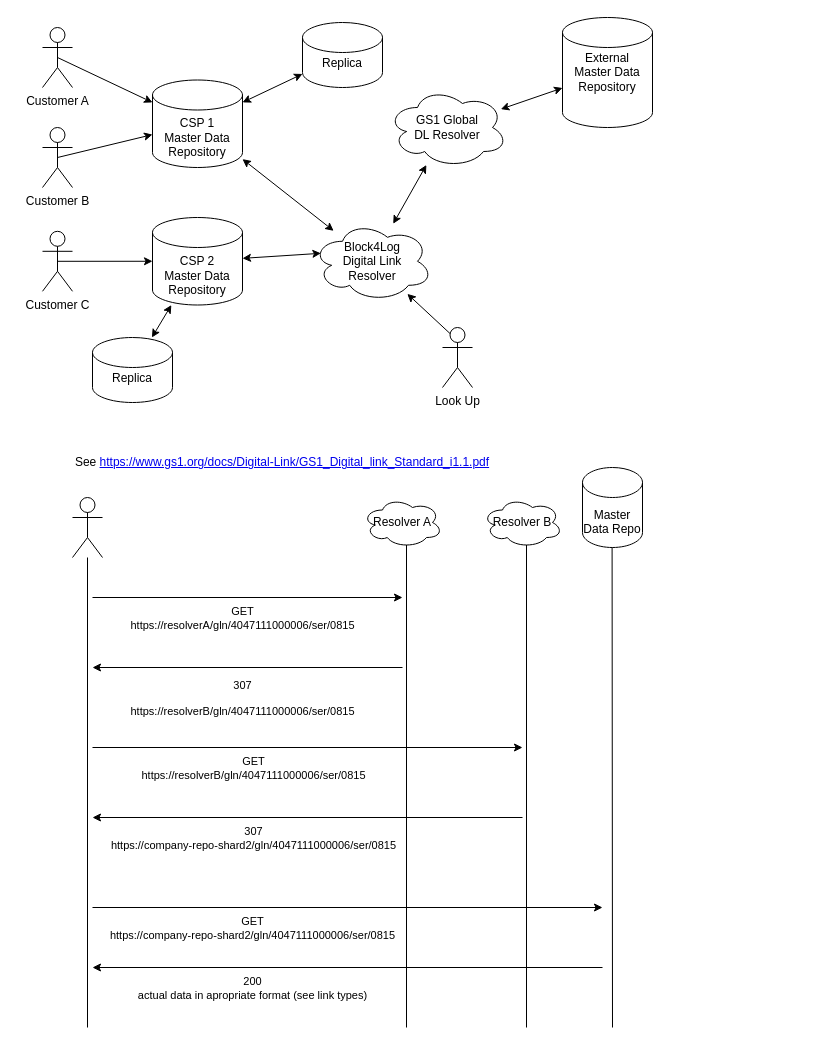
The draw.io diagram page "DigitalLinkResolver" (2 of 2) of pix/b4l-masterdata-digital-link.drawio in gs1-germany-innolab/block4log-concept-development, before the edit. Source tidied: cells renumbered, new cells numbered last; positions are measured from the earlier drawing's top-left corner, leaving out a move shared by most shapes. Both pictures are drawn from the tidied source at 100%, with x=0, y=0 at pixel (17, 17).
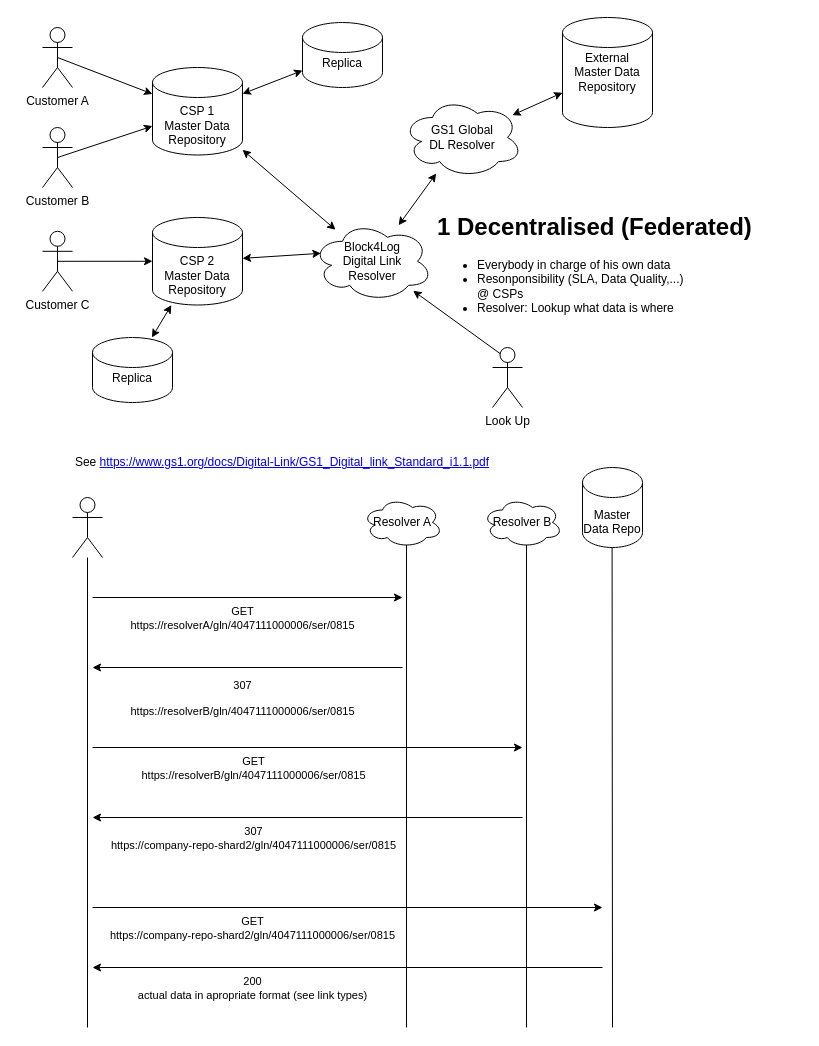
The same page after the edit.

The edit, as a diff of the source:
```diff
@@
     <mxCell id="2" value="&lt;br&gt;&lt;br&gt;CSP 1&lt;br&gt;Master Data Repository" style="shape=cylinder2;whiteSpace=wrap;html=1;boundedLbl=1;backgroundOutline=1;size=15;" parent="1" vertex="1">
-      <mxGeometry x="135" y="62.5" width="90" height="87.5" as="geometry" />
+      <mxGeometry x="135" y="50" width="90" height="87.5" as="geometry" />
     </mxCell>
@@
     <mxCell id="24" value="GS1 Global&lt;br&gt;DL Resolver" style="ellipse;shape=cloud;whiteSpace=wrap;html=1;" parent="1" vertex="1">
-      <mxGeometry x="370" y="70" width="120" height="80" as="geometry" />
+      <mxGeometry x="385" y="80" width="120" height="80" as="geometry" />
     </mxCell>
@@
     <mxCell id="35" value="Look Up" style="shape=umlActor;verticalLabelPosition=bottom;verticalAlign=top;html=1;outlineConnect=0;" parent="1" vertex="1">
-      <mxGeometry x="425" y="310" width="30" height="60" as="geometry" />
+      <mxGeometry x="475" y="330" width="30" height="60" as="geometry" />
     </mxCell>
@@
+    <mxCell id="44" value="&lt;h1&gt;1 Decentralised (Federated)&lt;br&gt;&lt;/h1&gt;&lt;div&gt;&lt;ul&gt;&lt;li&gt;Everybody in charge of his own data&lt;/li&gt;&lt;li&gt;Resonponsibility (SLA, Data Quality,...)&lt;br&gt;@ CSPs&lt;br&gt;&lt;/li&gt;&lt;li&gt;Resolver: Lookup what data is where&lt;br&gt;&lt;/li&gt;&lt;/ul&gt;&lt;/div&gt;&lt;p&gt;&lt;br&gt;&lt;/p&gt;" style="text;html=1;strokeColor=none;fillColor=none;spacing=5;spacingTop=-20;whiteSpace=wrap;overflow=hidden;rounded=0;" parent="1" vertex="1">
+      <mxGeometry x="415" y="190" width="370" height="140" as="geometry" />
+    </mxCell>
```
